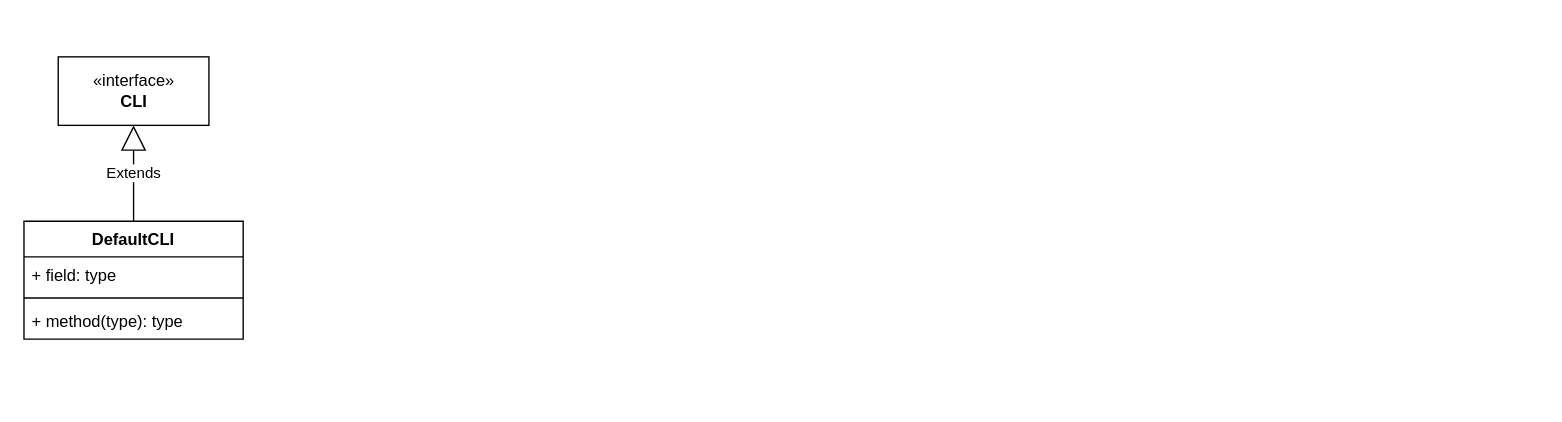
Before: cli.drawio in tadsimons/draw, a draw.io diagram. Source tidied: cells renumbered, new cells numbered last; positions are measured from the earlier drawing's top-left corner, leaving out a move shared by most shapes. Both pictures are drawn from the tidied source at 137%, with x=0, y=0 at pixel (23, 56).
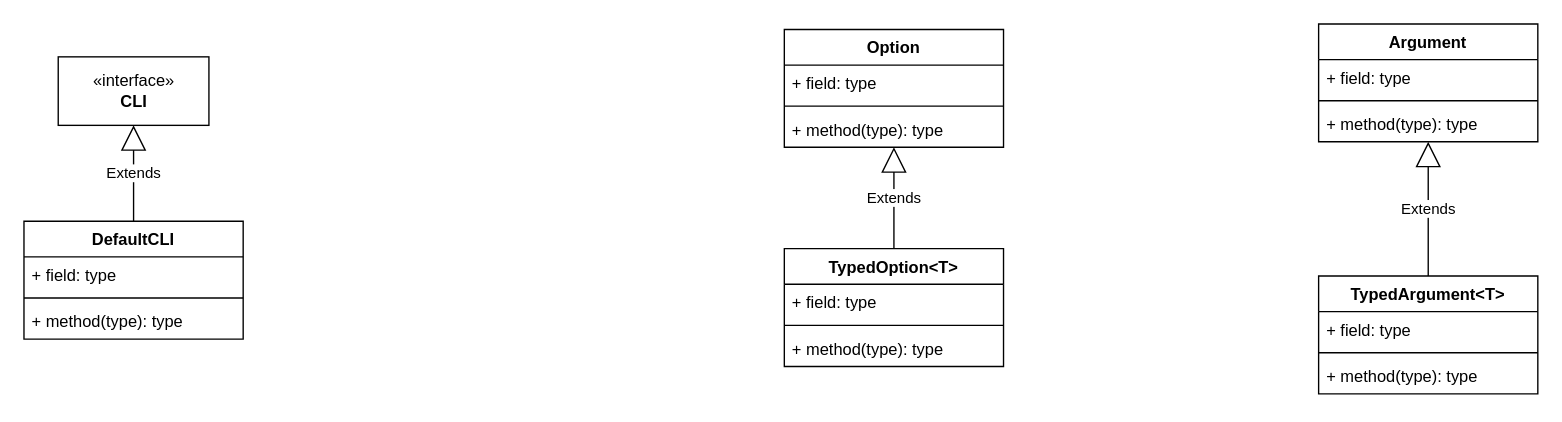
Above is the later version.

The edit, as a diff of the source:
```diff
@@
+    <mxCell id="8" value="Option" style="swimlane;fontStyle=1;align=center;verticalAlign=top;horizontal=1;startSize=26;" parent="1" vertex="1">
+      <mxGeometry x="555" y="-20" width="160" height="86" as="geometry" />
+    </mxCell>
+    <mxCell id="9" value="+ field: type" style="text;strokeColor=none;fillColor=none;align=left;verticalAlign=top;spacingLeft=4;spacingRight=4;overflow=hidden;" parent="8" vertex="1">
+      <mxGeometry y="26" width="160" height="26" as="geometry" />
+    </mxCell>
+    <mxCell id="10" style="line;strokeWidth=1;fillColor=none;align=left;verticalAlign=middle;spacingTop=-1;spacingLeft=3;spacingRight=3;labelPosition=right;" parent="8" vertex="1">
+      <mxGeometry y="52" width="160" height="8" as="geometry" />
+    </mxCell>
+    <mxCell id="11" value="+ method(type): type" style="text;strokeColor=none;fillColor=none;align=left;verticalAlign=top;spacingLeft=4;spacingRight=4;overflow=hidden;points=[[0,0.5],[1,0.5]];portConstraint=eastwest;" parent="8" vertex="1">
+      <mxGeometry y="60" width="160" height="26" as="geometry" />
+    </mxCell>
+    <mxCell id="12" value="TypedOption&lt;T&gt;" style="swimlane;fontStyle=1;align=center;verticalAlign=top;horizontal=1;startSize=26;" parent="1" vertex="1">
+      <mxGeometry x="555" y="140" width="160" height="86" as="geometry" />
+    </mxCell>
+    <mxCell id="13" value="Extends" style="endArrow=block;endSize=16;endFill=0;html=1;" parent="12" edge="1" target="11">
+      <mxGeometry relative="1" as="geometry">
+        <mxPoint x="80" as="sourcePoint" />
+      </mxGeometry>
+    </mxCell>
+    <mxCell id="14" value="+ field: type" style="text;strokeColor=none;fillColor=none;align=left;verticalAlign=top;spacingLeft=4;spacingRight=4;overflow=hidden;" parent="12" vertex="1">
+      <mxGeometry y="26" width="160" height="26" as="geometry" />
+    </mxCell>
+    <mxCell id="15" style="line;strokeWidth=1;fillColor=none;align=left;verticalAlign=middle;spacingTop=-1;spacingLeft=3;spacingRight=3;labelPosition=right;" parent="12" vertex="1">
+      <mxGeometry y="52" width="160" height="8" as="geometry" />
+    </mxCell>
+    <mxCell id="16" value="+ method(type): type" style="text;strokeColor=none;fillColor=none;align=left;verticalAlign=top;spacingLeft=4;spacingRight=4;overflow=hidden;" parent="12" vertex="1">
+      <mxGeometry y="60" width="160" height="26" as="geometry" />
+    </mxCell>
+    <mxCell id="17" value="Argument" style="swimlane;fontStyle=1;align=center;verticalAlign=top;horizontal=1;startSize=26;" parent="1" vertex="1">
+      <mxGeometry x="945" y="-24" width="160" height="86" as="geometry" />
+    </mxCell>
+    <mxCell id="18" value="+ field: type" style="text;strokeColor=none;fillColor=none;align=left;verticalAlign=top;spacingLeft=4;spacingRight=4;overflow=hidden;" parent="17" vertex="1">
+      <mxGeometry y="26" width="160" height="26" as="geometry" />
+    </mxCell>
+    <mxCell id="19" style="line;strokeWidth=1;fillColor=none;align=left;verticalAlign=middle;spacingTop=-1;spacingLeft=3;spacingRight=3;labelPosition=right;" parent="17" vertex="1">
+      <mxGeometry y="52" width="160" height="8" as="geometry" />
+    </mxCell>
+    <mxCell id="20" value="+ method(type): type" style="text;strokeColor=none;fillColor=none;align=left;verticalAlign=top;spacingLeft=4;spacingRight=4;overflow=hidden;points=[[0,0.5],[1,0.5]];portConstraint=eastwest;" parent="17" vertex="1">
+      <mxGeometry y="60" width="160" height="26" as="geometry" />
+    </mxCell>
+    <mxCell id="21" value="TypedArgument&lt;T&gt;" style="swimlane;fontStyle=1;align=center;verticalAlign=top;horizontal=1;startSize=26;" parent="1" vertex="1">
+      <mxGeometry x="945" y="160" width="160" height="86" as="geometry" />
+    </mxCell>
+    <mxCell id="22" value="+ field: type" style="text;strokeColor=none;fillColor=none;align=left;verticalAlign=top;spacingLeft=4;spacingRight=4;overflow=hidden;" parent="21" vertex="1">
+      <mxGeometry y="26" width="160" height="26" as="geometry" />
+    </mxCell>
+    <mxCell id="23" style="line;strokeWidth=1;fillColor=none;align=left;verticalAlign=middle;spacingTop=-1;spacingLeft=3;spacingRight=3;labelPosition=right;" parent="21" vertex="1">
+      <mxGeometry y="52" width="160" height="8" as="geometry" />
+    </mxCell>
+    <mxCell id="24" value="+ method(type): type" style="text;strokeColor=none;fillColor=none;align=left;verticalAlign=top;spacingLeft=4;spacingRight=4;overflow=hidden;" parent="21" vertex="1">
+      <mxGeometry y="60" width="160" height="26" as="geometry" />
+    </mxCell>
+    <mxCell id="25" value="Extends" style="endArrow=block;endSize=16;endFill=0;html=1;exitX=0.5;exitY=0;exitDx=0;exitDy=0;" parent="1" edge="1" source="21" target="20">
+      <mxGeometry relative="1" as="geometry" />
+    </mxCell>
```
